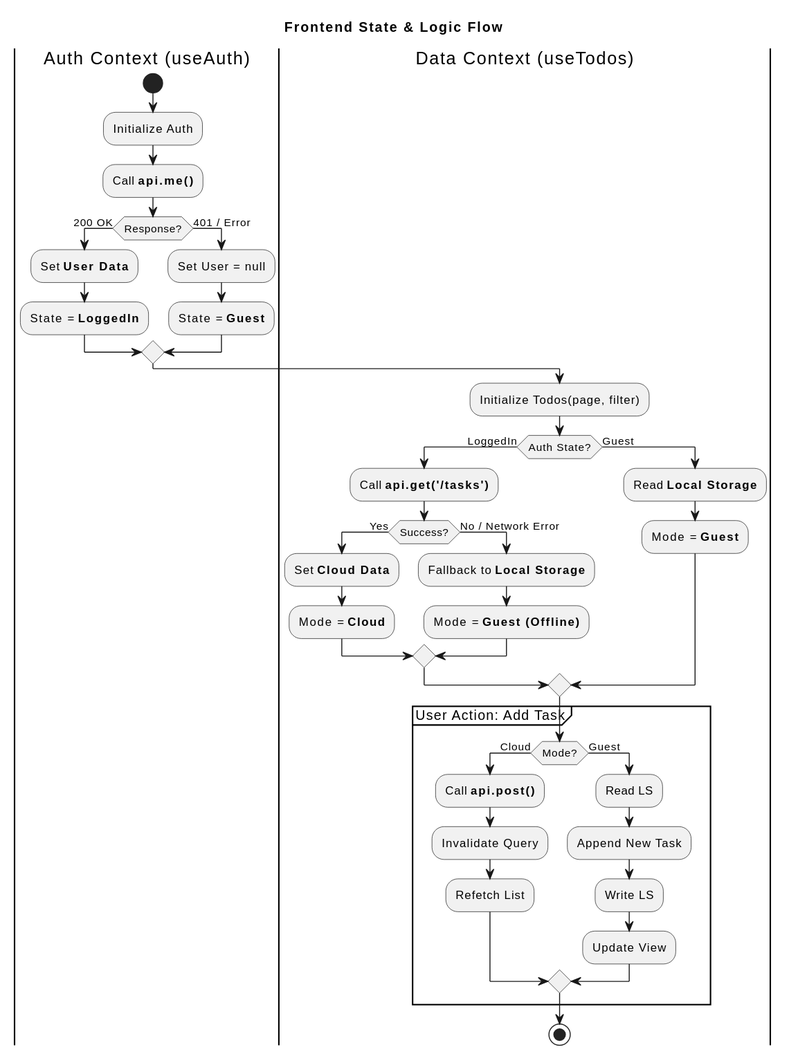
This is docs/diagrams/out/frontend-state.svg from STaninnat/todo-php, a PlantUML export, as it was before one commit.
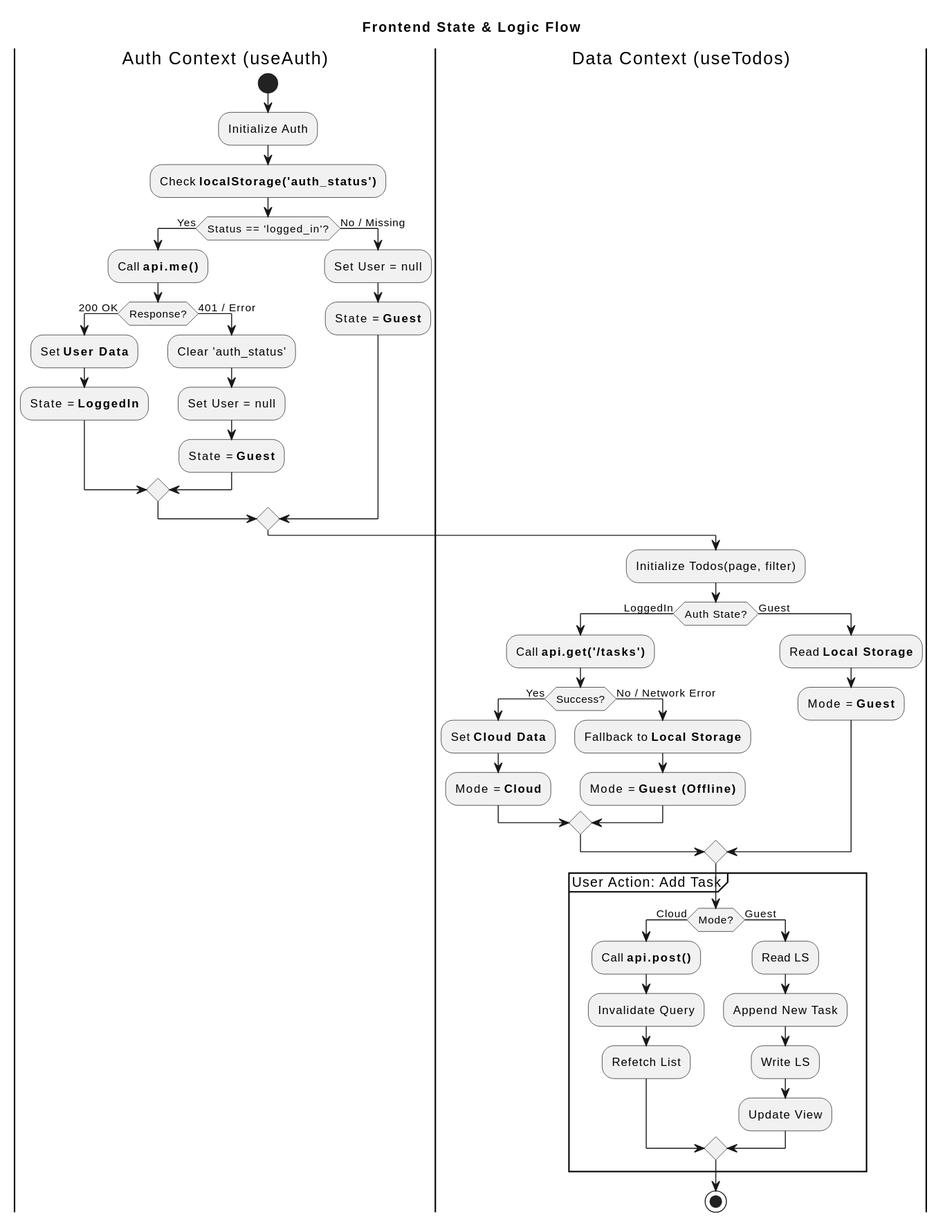
The same diagram one commit later.

Commit message:
Debug/frontend (#55)

The edit, as a diff of the source:
```diff
@@ -4,12 +4,20 @@
 |Auth Context (useAuth)|
 start
 :Initialize Auth;
-:Call **api.me()**;
+:Check **localStorage('auth_status')**;
 
-if (Response?) then (200 OK)
-  :Set **User Data**;
-  :State = **LoggedIn**;
-else (401 / Error)
+if (Status == 'logged_in'?) then (Yes)
+  :Call **api.me()**;
+
+  if (Response?) then (200 OK)
+    :Set **User Data**;
+    :State = **LoggedIn**;
+  else (401 / Error)
+    :Clear 'auth_status';
+    :Set User = null;
+    :State = **Guest**;
+  endif
+else (No / Missing)
   :Set User = null;
   :State = **Guest**;
 endif
```
